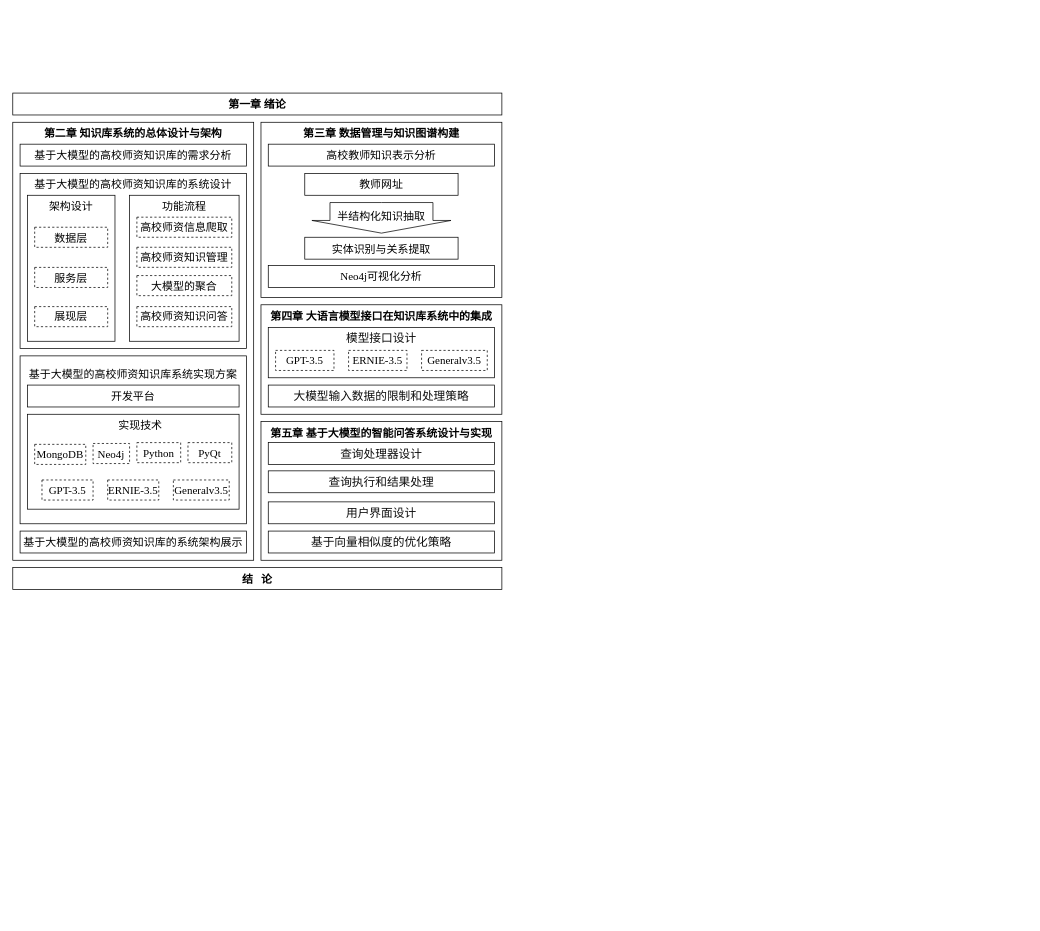
The draw.io diagram 图1-1论文整体框架图002.drawio in sjgcsf/software_engineering, before the edit. Source tidied: cells renumbered, new cells numbered last; positions are measured from the earlier drawing's top-left corner, leaving out a move shared by most shapes. Both pictures are drawn from the tidied source at 73%, with x=0, y=0 at pixel (12, 93). Pictures stored in the file or linked from it are replaced by grey dashed boxes.
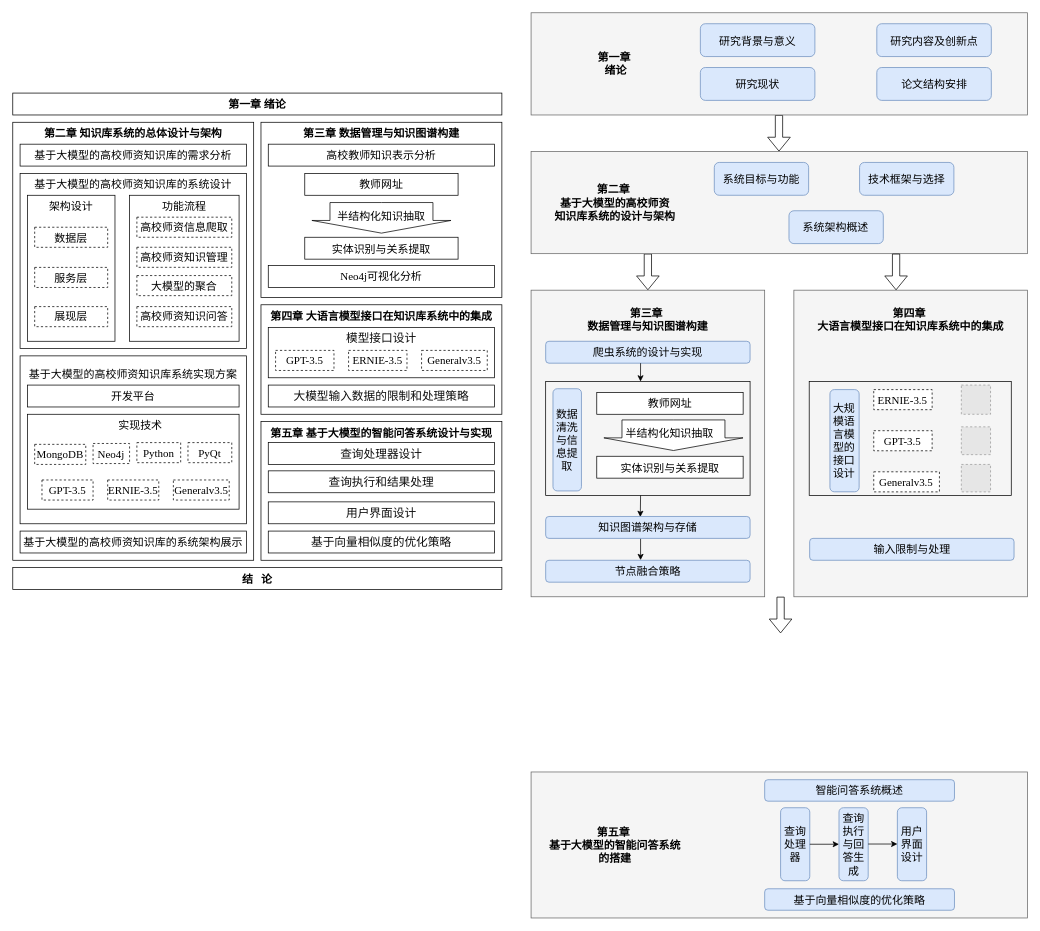
The same page after the edit.

Commit message (it also covers changes not shown here):
更新图1-1论文整体框架图002.drawio

Diff of the diagram source:
```diff
@@
+    <mxCell id="55" style="shape=flexArrow;endArrow=classic;html=1;rounded=0;exitX=0.5;exitY=1;exitDx=0;exitDy=0;" parent="1" edge="1">
+      <mxGeometry relative="1" as="geometry">
+        <mxPoint x="1049.6" y="30" as="sourcePoint" />
+        <mxPoint x="1049.6" y="80" as="targetPoint" />
+      </mxGeometry>
+    </mxCell>
+    <mxCell id="56" style="group;" parent="1" vertex="1">
+      <mxGeometry x="710" y="-110" width="680" height="140" as="geometry" />
+    </mxCell>
+    <mxCell id="57" style="rounded=0;whiteSpace=wrap;html=1;fillColor=#f5f5f5;strokeColor=#666666;align=left;fontColor=#333333;" parent="56" vertex="1">
+      <mxGeometry width="680" height="140" as="geometry" />
+    </mxCell>
+    <mxCell id="58" value="&lt;span style=&quot;font-family: &amp;quot;Times New Roman&amp;quot;; font-size: 15px; text-align: left;&quot;&gt;&lt;b&gt;第一章&amp;nbsp;&lt;/b&gt;&lt;/span&gt;&lt;div&gt;&lt;span style=&quot;font-family: &amp;quot;Times New Roman&amp;quot;; font-size: 15px; text-align: left;&quot;&gt;&lt;b&gt;绪论&lt;/b&gt;&lt;/span&gt;&lt;/div&gt;" style="text;html=1;align=center;verticalAlign=middle;whiteSpace=wrap;rounded=0;" parent="56" vertex="1">
+      <mxGeometry x="20" y="55" width="191.5" height="30" as="geometry" />
+    </mxCell>
+    <mxCell id="59" value="&lt;font face=&quot;Times New Roman&quot; style=&quot;font-size: 15px;&quot;&gt;研究背景与意义&lt;/font&gt;" style="rounded=1;whiteSpace=wrap;html=1;fillColor=#dae8fc;strokeColor=#6c8ebf;" parent="56" vertex="1">
+      <mxGeometry x="231.9" y="15" width="156.9" height="45" as="geometry" />
+    </mxCell>
+    <mxCell id="60" value="&lt;font style=&quot;font-size: 15px;&quot; face=&quot;Times New Roman&quot;&gt;研究现状&lt;/font&gt;" style="rounded=1;whiteSpace=wrap;html=1;fillColor=#dae8fc;strokeColor=#6c8ebf;" parent="56" vertex="1">
+      <mxGeometry x="231.9" y="75" width="156.9" height="45" as="geometry" />
+    </mxCell>
+    <mxCell id="61" value="&lt;font style=&quot;font-size: 15px;&quot; face=&quot;Times New Roman&quot;&gt;研究内容及创新点&lt;/font&gt;" style="rounded=1;whiteSpace=wrap;html=1;fillColor=#dae8fc;strokeColor=#6c8ebf;" parent="56" vertex="1">
+      <mxGeometry x="473.6" y="15" width="156.9" height="45" as="geometry" />
+    </mxCell>
+    <mxCell id="62" value="&lt;font style=&quot;font-size: 15px;&quot; face=&quot;Times New Roman&quot;&gt;论文结构安排&lt;/font&gt;" style="rounded=1;whiteSpace=wrap;html=1;fillColor=#dae8fc;strokeColor=#6c8ebf;" parent="56" vertex="1">
+      <mxGeometry x="473.6" y="75" width="156.9" height="45" as="geometry" />
+    </mxCell>
+    <mxCell id="63" style="shape=flexArrow;endArrow=classic;html=1;rounded=0;exitX=0.5;exitY=1;exitDx=0;exitDy=0;" parent="1" edge="1">
+      <mxGeometry relative="1" as="geometry">
+        <mxPoint x="870" y="220" as="sourcePoint" />
+        <mxPoint x="870" y="270" as="targetPoint" />
+      </mxGeometry>
+    </mxCell>
+    <mxCell id="64" style="rounded=0;whiteSpace=wrap;html=1;fillColor=#f5f5f5;strokeColor=#666666;align=left;fontColor=#333333;" parent="1" vertex="1">
+      <mxGeometry x="710" y="270" width="320" height="420" as="geometry" />
+    </mxCell>
+    <mxCell id="65" style="rounded=0;whiteSpace=wrap;html=1;fillColor=#f5f5f5;strokeColor=#666666;align=left;fontColor=#333333;" parent="1" vertex="1">
+      <mxGeometry x="710" y="80" width="680" height="140" as="geometry" />
+    </mxCell>
+    <mxCell id="66" value="&lt;span style=&quot;font-family: &amp;quot;Times New Roman&amp;quot;; font-size: 15px;&quot;&gt;&lt;b&gt;第二章&amp;nbsp;&lt;br&gt;&lt;/b&gt;&lt;/span&gt;&lt;div style=&quot;&quot;&gt;&lt;span style=&quot;background-color: initial; font-size: 15px;&quot;&gt;&lt;font face=&quot;Times New Roman&quot;&gt;&lt;b&gt;基于大模型的高校师资&lt;/b&gt;&lt;/font&gt;&lt;/span&gt;&lt;/div&gt;&lt;div style=&quot;&quot;&gt;&lt;b&gt;&lt;span style=&quot;background-color: initial; font-size: 15px;&quot;&gt;&lt;font face=&quot;Times New Roman&quot;&gt;知识库系统&lt;/font&gt;&lt;/span&gt;&lt;font face=&quot;Times New Roman&quot;&gt;&lt;span style=&quot;font-size: 15px;&quot;&gt;的设计与架构&lt;/span&gt;&lt;/font&gt;&lt;/b&gt;&lt;br&gt;&lt;/div&gt;" style="text;html=1;align=center;verticalAlign=middle;whiteSpace=wrap;rounded=0;" parent="1" vertex="1">
+      <mxGeometry x="730" y="118.8" width="190" height="62.5" as="geometry" />
+    </mxCell>
+    <mxCell id="67" value="&lt;font style=&quot;font-size: 15px;&quot; face=&quot;Times New Roman&quot;&gt;系统目标与功能&lt;/font&gt;" style="rounded=1;whiteSpace=wrap;html=1;fillColor=#dae8fc;strokeColor=#6c8ebf;" parent="1" vertex="1">
+      <mxGeometry x="961" y="95" width="129.2" height="45" as="geometry" />
+    </mxCell>
+    <mxCell id="68" value="&lt;font style=&quot;font-size: 15px;&quot; face=&quot;Times New Roman&quot;&gt;系统架构概述&lt;/font&gt;" style="rounded=1;whiteSpace=wrap;html=1;fillColor=#dae8fc;strokeColor=#6c8ebf;" parent="1" vertex="1">
+      <mxGeometry x="1063.3" y="161.2" width="129.2" height="45" as="geometry" />
+    </mxCell>
+    <mxCell id="69" value="&lt;font style=&quot;font-size: 15px;&quot; face=&quot;Times New Roman&quot;&gt;技术框架与选择&lt;/font&gt;" style="rounded=1;whiteSpace=wrap;html=1;fillColor=#dae8fc;strokeColor=#6c8ebf;" parent="1" vertex="1">
+      <mxGeometry x="1160" y="95" width="129.2" height="45" as="geometry" />
+    </mxCell>
+    <mxCell id="70" style="group;" parent="1" vertex="1">
+      <mxGeometry x="800" y="410" width="251.8" height="156.2" as="geometry" />
+    </mxCell>
+    <mxCell id="71" style="html=1;shadow=0;dashed=0;align=center;verticalAlign=middle;shape=mxgraph.arrows2.arrow;dy=0.26;dx=17.34;notch=0;rotation=90;" parent="70" vertex="1">
+      <mxGeometry x="84.1" y="-36.6" width="41.9" height="190.6" as="geometry" />
+    </mxCell>
+    <mxCell id="72" style="group;" parent="70" vertex="1">
+      <mxGeometry width="251.8" height="156.2" as="geometry" />
+    </mxCell>
+    <mxCell id="73" style="rounded=0;whiteSpace=wrap;html=1;fillColor=none;" parent="72" vertex="1">
+      <mxGeometry x="-70" y="-15" width="280" height="156.2" as="geometry" />
+    </mxCell>
+    <mxCell id="74" value="&lt;p align=&quot;center&quot; class=&quot;MsoNormal&quot;&gt;&lt;font face=&quot;Times New Roman&quot;&gt;&lt;span style=&quot;font-size: 15px;&quot;&gt;教师网址&lt;/span&gt;&lt;/font&gt;&lt;br&gt;&lt;/p&gt;" style="rounded=0;whiteSpace=wrap;html=1;" parent="72" vertex="1">
+      <mxGeometry width="200.5" height="30" as="geometry" />
+    </mxCell>
+    <mxCell id="75" value="&lt;p class=&quot;MsoNormal&quot;&gt;&lt;font face=&quot;Times New Roman&quot;&gt;&lt;span style=&quot;font-size: 15px;&quot;&gt;半结构化知识抽取&lt;/span&gt;&lt;/font&gt;&lt;br&gt;&lt;/p&gt;" style="rounded=0;whiteSpace=wrap;html=1;opacity=0;" parent="72" vertex="1">
+      <mxGeometry x="38.2" y="40" width="124.1" height="30" as="geometry" />
+    </mxCell>
+    <mxCell id="76" value="&lt;p align=&quot;center&quot; class=&quot;MsoNormal&quot;&gt;&lt;font face=&quot;Times New Roman&quot;&gt;&lt;span style=&quot;font-size: 15px;&quot;&gt;实体识别与关系提取&lt;/span&gt;&lt;/font&gt;&lt;br&gt;&lt;/p&gt;" style="rounded=0;whiteSpace=wrap;html=1;" parent="72" vertex="1">
+      <mxGeometry y="87.5" width="200.5" height="30" as="geometry" />
+    </mxCell>
+    <mxCell id="77" value="&lt;font style=&quot;font-size: 15px;&quot; face=&quot;Times New Roman&quot;&gt;数据清洗与信息提取&lt;/font&gt;" style="rounded=1;whiteSpace=wrap;html=1;fillColor=#dae8fc;strokeColor=#6c8ebf;" parent="72" vertex="1">
+      <mxGeometry x="-60" y="-5" width="39" height="140" as="geometry" />
+    </mxCell>
+    <mxCell id="78" style="endArrow=classic;html=1;rounded=0;entryX=0.463;entryY=0.024;entryDx=0;entryDy=0;entryPerimeter=0;" parent="1" edge="1" target="96">
+      <mxGeometry relative="1" as="geometry">
+        <mxPoint x="860" y="551.2" as="sourcePoint" />
+      </mxGeometry>
+    </mxCell>
+    <mxCell id="79" style="endArrow=classic;html=1;rounded=0;entryX=0.463;entryY=0.024;entryDx=0;entryDy=0;entryPerimeter=0;" parent="1" edge="1">
+      <mxGeometry relative="1" as="geometry">
+        <mxPoint x="860" y="610" as="sourcePoint" />
+        <mxPoint x="860" y="639.8" as="targetPoint" />
+      </mxGeometry>
+    </mxCell>
+    <mxCell id="80" style="group;" parent="1" vertex="1">
+      <mxGeometry x="1070" y="270" width="320" height="420" as="geometry" />
+    </mxCell>
+    <mxCell id="81" style="rounded=0;whiteSpace=wrap;html=1;fillColor=#f5f5f5;strokeColor=#666666;align=left;fontColor=#333333;" parent="80" vertex="1">
+      <mxGeometry width="320" height="420" as="geometry" />
+    </mxCell>
+    <mxCell id="82" value="&lt;span style=&quot;font-family: &amp;quot;Times New Roman&amp;quot;; font-size: 15px;&quot;&gt;&lt;b&gt;第四章&amp;nbsp;&lt;br&gt;&lt;/b&gt;&lt;/span&gt;&lt;div style=&quot;&quot;&gt;&lt;font face=&quot;Times New Roman&quot;&gt;&lt;span style=&quot;font-size: 15px;&quot;&gt;&lt;b&gt;大语言模型接口在知识库系统中的集成&lt;/b&gt;&lt;/span&gt;&lt;/font&gt;&lt;br&gt;&lt;/div&gt;" style="text;html=1;align=center;verticalAlign=middle;whiteSpace=wrap;rounded=0;" parent="80" vertex="1">
+      <mxGeometry width="320" height="80" as="geometry" />
+    </mxCell>
+    <mxCell id="83" value="&lt;p align=&quot;center&quot; class=&quot;MsoNormal&quot;&gt;&lt;font face=&quot;Times New Roman&quot;&gt;&lt;span style=&quot;font-size: 15px;&quot;&gt;输入限制与处理&lt;/span&gt;&lt;/font&gt;&lt;br&gt;&lt;/p&gt;" style="rounded=1;whiteSpace=wrap;html=1;fillColor=#dae8fc;strokeColor=#6c8ebf;" parent="80" vertex="1">
+      <mxGeometry x="21.6" y="340" width="280" height="30" as="geometry" />
+    </mxCell>
+    <mxCell id="84" style="group;" parent="80" vertex="1">
+      <mxGeometry x="21" y="125" width="276.8" height="156.2" as="geometry" />
+    </mxCell>
+    <mxCell id="85" style="rounded=0;whiteSpace=wrap;html=1;fillColor=none;" parent="84" vertex="1">
+      <mxGeometry width="276.8" height="156.2" as="geometry" />
+    </mxCell>
+    <mxCell id="86" value="&lt;p align=&quot;center&quot; class=&quot;MsoNormal&quot;&gt;&lt;font face=&quot;Times New Roman&quot;&gt;&lt;span style=&quot;font-size: 15px;&quot;&gt;大规模语言模型的接口设计&lt;/span&gt;&lt;/font&gt;&lt;br&gt;&lt;/p&gt;" style="rounded=1;whiteSpace=wrap;html=1;fillColor=#dae8fc;strokeColor=#6c8ebf;" parent="84" vertex="1">
+      <mxGeometry x="28.4" y="11.2" width="40" height="140" as="geometry" />
+    </mxCell>
+    <mxCell id="87" value="&lt;font face=&quot;Times New Roman&quot;&gt;&lt;span style=&quot;font-size: 15px;&quot;&gt;GPT-3.5&lt;/span&gt;&lt;/font&gt;" style="rounded=0;whiteSpace=wrap;html=1;dashed=1;" parent="84" vertex="1">
+      <mxGeometry x="88.4" y="67.5" width="80" height="27.5" as="geometry" />
+    </mxCell>
+    <mxCell id="88" value="&lt;font face=&quot;Times New Roman&quot;&gt;&lt;span style=&quot;font-size: 15px;&quot;&gt;ERNIE-3.5&lt;/span&gt;&lt;/font&gt;" style="rounded=0;whiteSpace=wrap;html=1;dashed=1;" parent="84" vertex="1">
+      <mxGeometry x="88.4" y="11.2" width="80" height="27.5" as="geometry" />
+    </mxCell>
+    <mxCell id="89" value="&lt;font face=&quot;Times New Roman&quot;&gt;&lt;span style=&quot;font-size: 15px;&quot;&gt;Generalv3.5&lt;/span&gt;&lt;/font&gt;" style="rounded=0;whiteSpace=wrap;html=1;dashed=1;" parent="84" vertex="1">
+      <mxGeometry x="88.4" y="123.8" width="90" height="27.5" as="geometry" />
+    </mxCell>
+    <mxCell id="90" style="fillColor=#E6E6E6;strokeColor=#999999;dashed=1;verticalLabelPosition=bottom;verticalAlign=top;" parent="84" vertex="1">
+      <mxGeometry x="208.4" y="5" width="40" height="40" as="geometry" />
+    </mxCell>
+    <mxCell id="91" style="fillColor=#E6E6E6;strokeColor=#999999;dashed=1;verticalLabelPosition=bottom;verticalAlign=top;" parent="84" vertex="1">
+      <mxGeometry x="208.4" y="113.7" width="40" height="37.6" as="geometry" />
+    </mxCell>
+    <mxCell id="92" style="fillColor=#E6E6E6;strokeColor=#999999;dashed=1;verticalLabelPosition=bottom;verticalAlign=top;" parent="84" vertex="1">
+      <mxGeometry x="208.4" y="62.2" width="40" height="38.1" as="geometry" />
+    </mxCell>
+    <mxCell id="93" style="shape=flexArrow;endArrow=classic;html=1;rounded=0;exitX=0.5;exitY=1;exitDx=0;exitDy=0;" parent="1" edge="1">
+      <mxGeometry relative="1" as="geometry">
+        <mxPoint x="1210" y="220" as="sourcePoint" />
+        <mxPoint x="1210" y="270" as="targetPoint" />
+      </mxGeometry>
+    </mxCell>
+    <mxCell id="94" value="&lt;span style=&quot;font-family: &amp;quot;Times New Roman&amp;quot;; font-size: 15px;&quot;&gt;&lt;b&gt;第三章&amp;nbsp;&lt;br&gt;&lt;/b&gt;&lt;/span&gt;&lt;div style=&quot;&quot;&gt;&lt;font face=&quot;Times New Roman&quot;&gt;&lt;span style=&quot;font-size: 15px;&quot;&gt;&lt;b&gt;数据管理与知识图谱构建&lt;/b&gt;&lt;/span&gt;&lt;/font&gt;&lt;br&gt;&lt;/div&gt;" style="text;html=1;align=center;verticalAlign=middle;whiteSpace=wrap;rounded=0;" parent="1" vertex="1">
+      <mxGeometry x="710" y="270" width="320" height="80" as="geometry" />
+    </mxCell>
+    <mxCell id="95" value="&lt;p align=&quot;center&quot; class=&quot;MsoNormal&quot;&gt;&lt;font face=&quot;Times New Roman&quot;&gt;&lt;span style=&quot;font-size: 15px;&quot;&gt;爬虫系统的设计与实现&lt;/span&gt;&lt;/font&gt;&lt;br&gt;&lt;/p&gt;" style="rounded=1;whiteSpace=wrap;html=1;fillColor=#dae8fc;strokeColor=#6c8ebf;" parent="1" vertex="1">
+      <mxGeometry x="730" y="340" width="280" height="30" as="geometry" />
+    </mxCell>
+    <mxCell id="96" value="&lt;p align=&quot;center&quot; class=&quot;MsoNormal&quot;&gt;&lt;font face=&quot;Times New Roman&quot;&gt;&lt;span style=&quot;font-size: 15px;&quot;&gt;知识图谱架构与存储&lt;/span&gt;&lt;/font&gt;&lt;br&gt;&lt;/p&gt;" style="rounded=1;whiteSpace=wrap;html=1;fillColor=#dae8fc;strokeColor=#6c8ebf;" parent="1" vertex="1">
+      <mxGeometry x="730" y="580" width="280" height="30" as="geometry" />
+    </mxCell>
+    <mxCell id="97" value="&lt;p align=&quot;center&quot; class=&quot;MsoNormal&quot;&gt;&lt;font face=&quot;Times New Roman&quot;&gt;&lt;span style=&quot;font-size: 15px;&quot;&gt;节点融合策略&lt;/span&gt;&lt;/font&gt;&lt;br&gt;&lt;/p&gt;" style="rounded=1;whiteSpace=wrap;html=1;fillColor=#dae8fc;strokeColor=#6c8ebf;" parent="1" vertex="1">
+      <mxGeometry x="730" y="640" width="280" height="30" as="geometry" />
+    </mxCell>
+    <mxCell id="98" style="endArrow=classic;html=1;rounded=0;entryX=0.464;entryY=0.001;entryDx=0;entryDy=0;entryPerimeter=0;" parent="1" edge="1" target="73">
+      <mxGeometry relative="1" as="geometry">
+        <mxPoint x="860" y="370" as="sourcePoint" />
+      </mxGeometry>
+    </mxCell>
+    <mxCell id="99" style="shape=flexArrow;endArrow=classic;html=1;rounded=0;exitX=0.5;exitY=1;exitDx=0;exitDy=0;" parent="1" edge="1">
+      <mxGeometry relative="1" as="geometry">
+        <mxPoint x="1051.8" y="690" as="sourcePoint" />
+        <mxPoint x="1051.8" y="740" as="targetPoint" />
+      </mxGeometry>
+    </mxCell>
+    <mxCell id="100" style="rounded=0;whiteSpace=wrap;html=1;fillColor=#f5f5f5;strokeColor=#666666;align=left;fontColor=#333333;" parent="1" vertex="1">
+      <mxGeometry x="710" y="930" width="680" height="200" as="geometry" />
+    </mxCell>
+    <mxCell id="101" value="&lt;span style=&quot;font-family: &amp;quot;Times New Roman&amp;quot;; font-size: 15px;&quot;&gt;&lt;b&gt;第五章&amp;nbsp;&lt;br&gt;&lt;/b&gt;&lt;/span&gt;&lt;div style=&quot;&quot;&gt;&lt;font face=&quot;Times New Roman&quot;&gt;&lt;span style=&quot;font-size: 15px;&quot;&gt;&lt;b&gt;基于大模型的智能问答系统的搭建&lt;/b&gt;&lt;/span&gt;&lt;/font&gt;&lt;br&gt;&lt;/div&gt;" style="text;html=1;align=center;verticalAlign=middle;whiteSpace=wrap;rounded=0;" parent="1" vertex="1">
+      <mxGeometry x="730" y="998.8" width="190" height="62.5" as="geometry" />
+    </mxCell>
+    <mxCell id="102" value="&lt;p align=&quot;center&quot; class=&quot;MsoNormal&quot;&gt;&lt;font face=&quot;Times New Roman&quot;&gt;&lt;span style=&quot;font-size: 15px;&quot;&gt;智能问答系统概述&lt;/span&gt;&lt;/font&gt;&lt;br&gt;&lt;/p&gt;" style="rounded=1;whiteSpace=wrap;html=1;fillColor=#dae8fc;strokeColor=#6c8ebf;" parent="1" vertex="1">
+      <mxGeometry x="1030" y="940.6" width="260" height="29.4" as="geometry" />
+    </mxCell>
+    <mxCell id="103" value="&lt;p align=&quot;center&quot; class=&quot;MsoNormal&quot;&gt;&lt;font face=&quot;Times New Roman&quot;&gt;&lt;span style=&quot;font-size: 15px;&quot;&gt;查询处理器&lt;/span&gt;&lt;/font&gt;&lt;br&gt;&lt;/p&gt;" style="rounded=1;whiteSpace=wrap;html=1;fillColor=#dae8fc;strokeColor=#6c8ebf;" parent="1" vertex="1">
+      <mxGeometry x="1051.8" y="979" width="40" height="100" as="geometry" />
+    </mxCell>
+    <mxCell id="104" value="&lt;p align=&quot;center&quot; class=&quot;MsoNormal&quot;&gt;&lt;font face=&quot;Times New Roman&quot;&gt;&lt;span style=&quot;font-size: 15px;&quot;&gt;查询执行与回答生成&lt;/span&gt;&lt;/font&gt;&lt;br&gt;&lt;/p&gt;" style="rounded=1;whiteSpace=wrap;html=1;fillColor=#dae8fc;strokeColor=#6c8ebf;" parent="1" vertex="1">
+      <mxGeometry x="1131.8" y="979" width="40" height="100" as="geometry" />
+    </mxCell>
+    <mxCell id="105" value="&lt;p align=&quot;center&quot; class=&quot;MsoNormal&quot;&gt;&lt;font face=&quot;Times New Roman&quot;&gt;&lt;span style=&quot;font-size: 15px;&quot;&gt;用户界面设计&lt;/span&gt;&lt;/font&gt;&lt;br&gt;&lt;/p&gt;" style="rounded=1;whiteSpace=wrap;html=1;fillColor=#dae8fc;strokeColor=#6c8ebf;" parent="1" vertex="1">
+      <mxGeometry x="1211.8" y="979" width="40" height="100" as="geometry" />
+    </mxCell>
+    <mxCell id="106" style="endArrow=classic;html=1;rounded=0;exitX=1;exitY=0.5;exitDx=0;exitDy=0;entryX=0;entryY=0.5;entryDx=0;entryDy=0;" parent="1" edge="1" source="103" target="104">
+      <mxGeometry relative="1" as="geometry" />
+    </mxCell>
+    <mxCell id="107" style="endArrow=classic;html=1;rounded=0;exitX=1;exitY=0.5;exitDx=0;exitDy=0;entryX=0;entryY=0.5;entryDx=0;entryDy=0;" parent="1" edge="1">
+      <mxGeometry relative="1" as="geometry">
+        <mxPoint x="1171.8" y="1028.7" as="sourcePoint" />
+        <mxPoint x="1211.8" y="1028.7" as="targetPoint" />
+      </mxGeometry>
+    </mxCell>
+    <mxCell id="108" value="&lt;p align=&quot;center&quot; class=&quot;MsoNormal&quot;&gt;&lt;font face=&quot;Times New Roman&quot;&gt;&lt;span style=&quot;font-size: 15px;&quot;&gt;基于向量相似度的优化策略&lt;/span&gt;&lt;/font&gt;&lt;br&gt;&lt;/p&gt;" style="rounded=1;whiteSpace=wrap;html=1;fillColor=#dae8fc;strokeColor=#6c8ebf;" parent="1" vertex="1">
+      <mxGeometry x="1030" y="1090" width="260" height="29.4" as="geometry" />
+    </mxCell>
```
